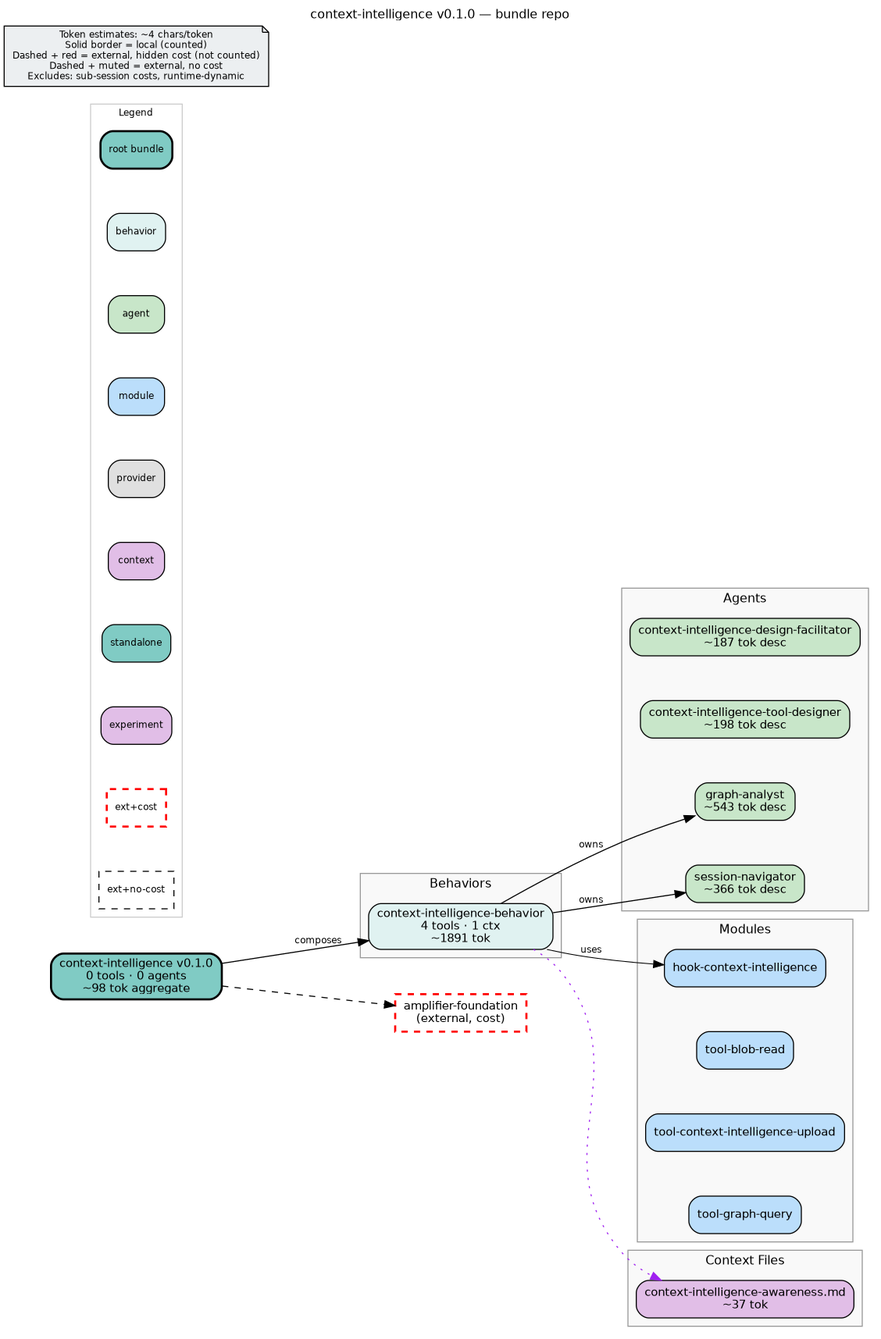
Earlier version of the Graphviz export bundle.png (microsoft/amplifier-bundle-context-intelligence). Its source is kept beside it as bundle.dot.
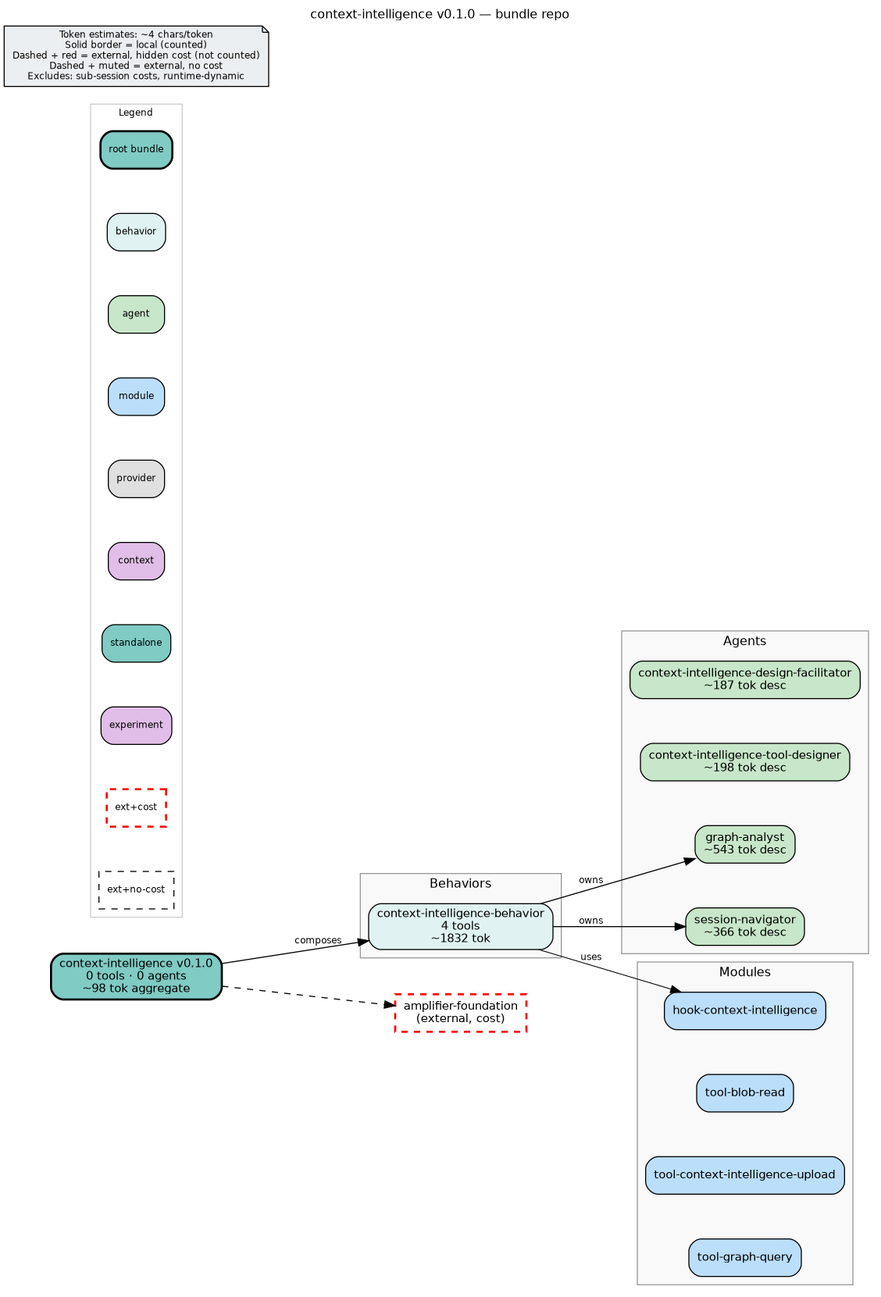
After the change.

Commit message:
refactor: remove redundant always-on context-intelligence awareness

The edit, as a diff of the source:
```diff
@@ -8,7 +8,7 @@
     nodesep=0.6
     ranksep=0.7
     bgcolor="white"
-    source_hash="d2382bd324975ed606231a7e1d2e89aac583d6819b6935ed98e38ff5f2d1acce"
+    source_hash="dba7ae999a5fd095337bcd9ede4c54b866044c0b31d63d20c4b0ef4483abaf6c"
 
     node [fontname="Helvetica", fontsize=11, style="filled,rounded"]
     edge [fontname="Helvetica", fontsize=9]
@@ -21,7 +21,7 @@
         fillcolor="#f9f9f9"
         color="#999999"
 
-        beh_context_intelligence_behavior [label="context-intelligence-behavior\n4 tools · 1 ctx\n~1891 tok", shape=box, fillcolor="#e0f2f1", style="filled,rounded"]
+        beh_context_intelligence_behavior [label="context-intelligence-behavior\n4 tools\n~1832 tok", shape=box, fillcolor="#e0f2f1", style="filled,rounded"]
     }
 
     subgraph cluster_agents {
@@ -46,15 +46,6 @@
         mod_tool_blob_read [label="tool-blob-read", shape=box, fillcolor="#bbdefb", style="filled,rounded"]
         mod_tool_context_intelligence_upload [label="tool-context-intelligence-upload", shape=box, fillcolor="#bbdefb", style="filled,rounded"]
         mod_tool_graph_query [label="tool-graph-query", shape=box, fillcolor="#bbdefb", style="filled,rounded"]
-    }
-
-    subgraph cluster_context {
-        label="Context Files"
-        style="filled"
-        fillcolor="#f9f9f9"
-        color="#999999"
-
-        ctx_context_intelligence_awareness_md [label="context-intelligence-awareness.md\n~37 tok", shape=box, fillcolor="#e1bee7", style="filled,rounded"]
     }
 
     subgraph cluster_legend {
@@ -85,5 +76,4 @@
     beh_context_intelligence_behavior -> agt_graph_analyst [label="owns"]
     beh_context_intelligence_behavior -> agt_session_navigator [label="owns"]
     beh_context_intelligence_behavior -> mod_hook_context_intelligence [label="uses", penwidth=0.8]
-    beh_context_intelligence_behavior -> ctx_context_intelligence_awareness_md [style=dotted, color=purple]
 }
```
